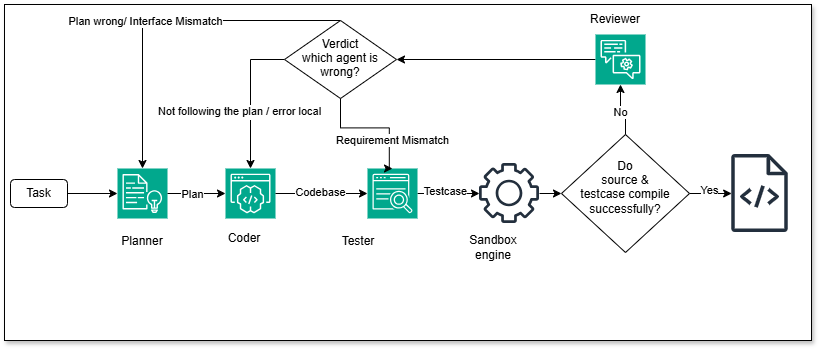
The draw.io diagram images/Architect.png in Ctam0504/MAPS-Code, before a commit. Source tidied: cells renumbered, new cells last; positions are measured from the earlier drawing's top-left corner, leaving out a move shared by most shapes.
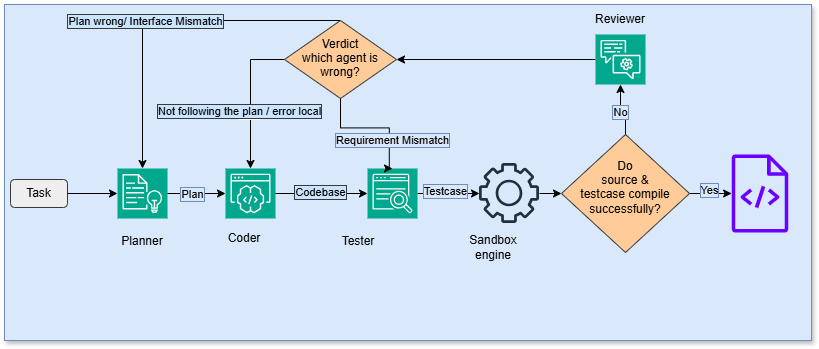
Above is the later version.

Commit message:
Cập nhật ảnh readme

What changed in the source:
```diff
@@ -2,7 +2,7 @@
   <root>
     <mxCell id="0" />
     <mxCell id="1" parent="0" />
-    <mxCell id="2" style="whiteSpace=wrap;html=1;shadow=1;" parent="1" vertex="1">
+    <mxCell id="2" style="whiteSpace=wrap;html=1;shadow=1;fillColor=#dae8fc;strokeColor=#6c8ebf;" parent="1" vertex="1">
       <mxGeometry width="807" height="336" as="geometry" />
     </mxCell>
     <mxCell id="3" style="sketch=0;points=[[0,0,0],[0.25,0,0],[0.5,0,0],[0.75,0,0],[1,0,0],[0,1,0],[0.25,1,0],[0.5,1,0],[0.75,1,0],[1,1,0],[0,0.25,0],[0,0.5,0],[0,0.75,0],[1,0.25,0],[1,0.5,0],[1,0.75,0]];outlineConnect=0;fontColor=#232F3E;fillColor=#01A88D;strokeColor=#ffffff;dashed=0;verticalLabelPosition=bottom;verticalAlign=top;align=center;html=1;fontSize=12;fontStyle=0;shape=mxgraph.aws4.resourceIcon;resIcon=mxgraph.aws4.comprehend;" parent="1" vertex="1">
@@ -11,7 +11,7 @@
     <mxCell id="4" style="edgeStyle=orthogonalEdgeStyle;rounded=0;jettySize=auto;html=1;exitX=1;exitY=0.5;exitDx=0;exitDy=0;exitPerimeter=0;" parent="1" edge="1" source="6" target="20">
       <mxGeometry relative="1" as="geometry" />
     </mxCell>
-    <mxCell id="5" value="Testcase" style="edgeLabel;html=1;align=center;verticalAlign=middle;" parent="4" vertex="1">
+    <mxCell id="5" value="Testcase" style="edgeLabel;html=1;align=center;verticalAlign=middle;labelBackgroundColor=#dae8fc;labelBorderColor=#6c8ebf;" parent="4" vertex="1">
       <mxGeometry x="-0.07" y="2" relative="1" as="geometry">
         <mxPoint x="-2" y="-1" as="offset" />
       </mxGeometry>
@@ -31,7 +31,7 @@
     <mxCell id="10" style="edgeStyle=orthogonalEdgeStyle;rounded=0;jettySize=auto;html=1;exitX=1;exitY=0.5;exitDx=0;exitDy=0;exitPerimeter=0;entryX=0;entryY=0.5;entryDx=0;entryDy=0;entryPerimeter=0;" parent="1" edge="1" source="3" target="9">
       <mxGeometry relative="1" as="geometry" />
     </mxCell>
-    <mxCell id="11" value="Plan" style="edgeLabel;html=1;align=center;verticalAlign=middle;" parent="10" vertex="1">
+    <mxCell id="11" value="Plan" style="edgeLabel;html=1;align=center;verticalAlign=middle;labelBackgroundColor=#dae8fc;labelBorderColor=#6c8ebf;" parent="10" vertex="1">
       <mxGeometry x="0.07" y="1" relative="1" as="geometry">
         <mxPoint x="-7" y="1" as="offset" />
       </mxGeometry>
@@ -39,12 +39,12 @@
     <mxCell id="12" style="edgeStyle=orthogonalEdgeStyle;rounded=0;jettySize=auto;html=1;exitX=1;exitY=0.5;exitDx=0;exitDy=0;exitPerimeter=0;entryX=0;entryY=0.5;entryDx=0;entryDy=0;entryPerimeter=0;" parent="1" edge="1" source="9" target="6">
       <mxGeometry relative="1" as="geometry" />
     </mxCell>
-    <mxCell id="13" value="Codebase" style="edgeLabel;html=1;align=center;verticalAlign=middle;" parent="12" vertex="1">
+    <mxCell id="13" value="Codebase" style="edgeLabel;html=1;align=center;verticalAlign=middle;labelBackgroundColor=#cce5ff;labelBorderColor=#36393d;" parent="12" vertex="1">
       <mxGeometry x="-0.34" y="2" relative="1" as="geometry">
         <mxPoint x="14" as="offset" />
       </mxGeometry>
     </mxCell>
-    <mxCell id="14" style="sketch=0;outlineConnect=0;fontColor=#232F3E;gradientColor=none;fillColor=#232F3D;strokeColor=none;dashed=0;verticalLabelPosition=bottom;verticalAlign=top;align=center;html=1;fontSize=12;fontStyle=0;shape=mxgraph.aws4.source_code;" parent="1" vertex="1">
+    <mxCell id="14" style="sketch=0;outlineConnect=0;dashed=0;verticalLabelPosition=bottom;verticalAlign=top;align=center;html=1;fontSize=12;fontStyle=0;shape=mxgraph.aws4.source_code;strokeColor=#3700CC;fillColor=#6a00ff;fontColor=#ffffff;" parent="1" vertex="1">
       <mxGeometry x="727" y="150" width="57" height="78" as="geometry" />
     </mxCell>
     <mxCell id="15" value="Coder" style="text;html=1;whiteSpace=wrap;strokeColor=none;fillColor=none;align=center;verticalAlign=middle;rounded=0;" parent="1" vertex="1">
@@ -57,7 +57,7 @@
       <mxGeometry x="324" y="222" width="60" height="30" as="geometry" />
     </mxCell>
     <mxCell id="18" value="Reviewer" style="text;html=1;whiteSpace=wrap;strokeColor=none;fillColor=none;align=center;verticalAlign=middle;rounded=0;" parent="1" vertex="1">
-      <mxGeometry x="581" width="60" height="30" as="geometry" />
+      <mxGeometry x="586" width="60" height="30" as="geometry" />
     </mxCell>
     <mxCell id="19" style="edgeStyle=orthogonalEdgeStyle;rounded=0;jettySize=auto;html=1;entryX=0;entryY=0.5;entryDx=0;entryDy=0;" parent="1" edge="1" source="20" target="34">
       <mxGeometry relative="1" as="geometry" />
@@ -74,7 +74,7 @@
     <mxCell id="23" value="Text" style="edgeLabel;html=1;align=center;verticalAlign=middle;" parent="22" vertex="1">
       <mxGeometry x="0.22" y="-2" relative="1" as="geometry" />
     </mxCell>
-    <mxCell id="24" value="Not following the plan / error local" style="edgeLabel;html=1;align=center;verticalAlign=middle;" parent="22" vertex="1">
+    <mxCell id="24" value="Not following the plan / error local" style="edgeLabel;html=1;align=center;verticalAlign=middle;labelBackgroundColor=#cce5ff;labelBorderColor=#36393d;" parent="22" vertex="1">
       <mxGeometry x="0.21" y="-4" relative="1" as="geometry">
         <mxPoint x="-8" y="-1" as="offset" />
       </mxGeometry>
@@ -86,12 +86,12 @@
         </Array>
       </mxGeometry>
     </mxCell>
-    <mxCell id="26" value="Plan wrong/ Interface Mismatch" style="edgeLabel;html=1;align=center;verticalAlign=middle;" parent="25" vertex="1">
+    <mxCell id="26" value="Plan wrong/ Interface Mismatch" style="edgeLabel;html=1;align=center;verticalAlign=middle;labelBackgroundColor=#cce5ff;labelBorderColor=#36393d;" parent="25" vertex="1">
       <mxGeometry x="0.09" relative="1" as="geometry">
         <mxPoint x="-8" as="offset" />
       </mxGeometry>
     </mxCell>
-    <mxCell id="27" value="Verdict which agent is wrong?" style="rhombus;whiteSpace=wrap;html=1;shapeInside=1;" parent="1" vertex="1">
+    <mxCell id="27" value="Verdict which agent is wrong?" style="rhombus;whiteSpace=wrap;html=1;shapeInside=1;fillColor=#ffcc99;strokeColor=#36393d;" parent="1" vertex="1">
       <mxGeometry x="280" y="16" width="112" height="78" as="geometry" />
     </mxCell>
     <mxCell id="28" style="edgeStyle=orthogonalEdgeStyle;rounded=0;jettySize=auto;html=1;exitX=0.5;exitY=1;exitDx=0;exitDy=0;entryX=0.5;entryY=0;entryDx=0;entryDy=0;entryPerimeter=0;" parent="1" edge="1" source="27" target="6">
@@ -103,12 +103,12 @@
         </Array>
       </mxGeometry>
     </mxCell>
-    <mxCell id="29" value="Requirement Mismatch" style="edgeLabel;html=1;align=center;verticalAlign=middle;" parent="28" vertex="1">
+    <mxCell id="29" value="Requirement Mismatch" style="edgeLabel;html=1;align=center;verticalAlign=middle;labelBackgroundColor=#dae8fc;labelBorderColor=#6c8ebf;" parent="28" vertex="1">
       <mxGeometry x="-0.43" y="1" relative="1" as="geometry">
         <mxPoint x="46" y="13" as="offset" />
       </mxGeometry>
     </mxCell>
-    <mxCell id="30" value="Task" style="rounded=1;whiteSpace=wrap;html=1;" parent="1" vertex="1">
+    <mxCell id="30" value="Task" style="rounded=1;whiteSpace=wrap;html=1;fillColor=#eeeeee;strokeColor=#36393d;" parent="1" vertex="1">
       <mxGeometry x="6" y="175" width="57" height="28" as="geometry" />
     </mxCell>
     <mxCell id="31" style="edgeStyle=orthogonalEdgeStyle;rounded=0;jettySize=auto;html=1;entryX=0;entryY=0.5;entryDx=0;entryDy=0;entryPerimeter=0;" parent="1" edge="1" source="30" target="3">
@@ -117,16 +117,16 @@
     <mxCell id="32" style="edgeStyle=orthogonalEdgeStyle;rounded=0;jettySize=auto;html=1;exitX=1;exitY=0.5;exitDx=0;exitDy=0;" parent="1" edge="1" source="34" target="14">
       <mxGeometry relative="1" as="geometry" />
     </mxCell>
-    <mxCell id="33" value="Yes" style="edgeLabel;html=1;align=center;verticalAlign=middle;" parent="32" vertex="1">
+    <mxCell id="33" value="Yes" style="edgeLabel;html=1;align=center;verticalAlign=middle;labelBackgroundColor=#dae8fc;labelBorderColor=#6c8ebf;" parent="32" vertex="1">
       <mxGeometry x="-0.1" y="4" relative="1" as="geometry" />
     </mxCell>
-    <mxCell id="34" value="Do source &amp;amp; testcase compile successfully?" style="rhombus;whiteSpace=wrap;html=1;shapeInside=1;" parent="1" vertex="1">
+    <mxCell id="34" value="Do source &amp;amp; testcase compile successfully?" style="rhombus;whiteSpace=wrap;html=1;shapeInside=1;fillColor=#ffcc99;strokeColor=#36393d;" parent="1" vertex="1">
       <mxGeometry x="557" y="130" width="128" height="118" as="geometry" />
     </mxCell>
     <mxCell id="35" style="edgeStyle=orthogonalEdgeStyle;rounded=0;jettySize=auto;html=1;exitX=0.5;exitY=0;exitDx=0;exitDy=0;entryX=0.5;entryY=1;entryDx=0;entryDy=0;entryPerimeter=0;" parent="1" edge="1" source="34" target="8">
       <mxGeometry relative="1" as="geometry" />
     </mxCell>
-    <mxCell id="36" value="No" style="edgeLabel;html=1;align=center;verticalAlign=middle;" parent="35" vertex="1">
+    <mxCell id="36" value="No" style="edgeLabel;html=1;align=center;verticalAlign=middle;labelBackgroundColor=#dae8fc;labelBorderColor=#6c8ebf;" parent="35" vertex="1">
       <mxGeometry x="0.09" y="2" relative="1" as="geometry">
         <mxPoint x="1" y="2" as="offset" />
       </mxGeometry>
```
